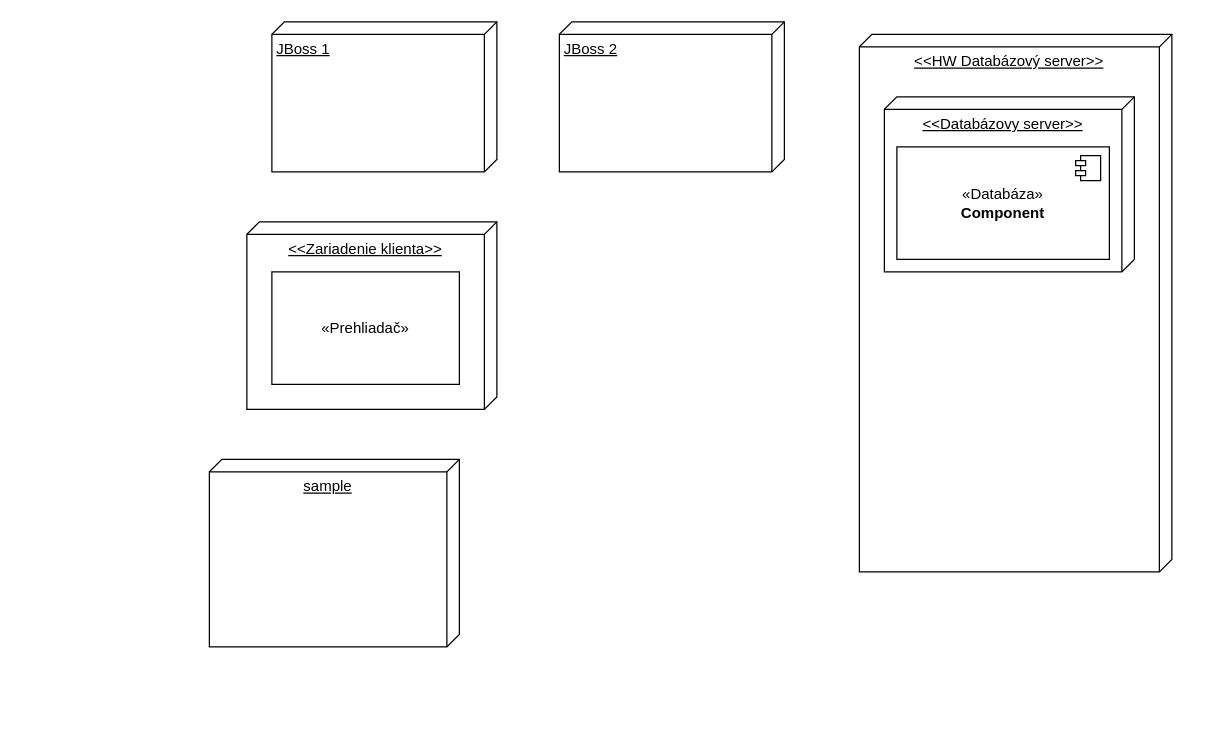
This is UML/DeploymentDiagram.drawio from KubkoFrano/VyvojVelkychAplikacii, a draw.io file, before an edit. Source tidied: cells renumbered, new cells numbered last; positions are measured from the earlier drawing's top-left corner, leaving out a move shared by most shapes. Both pictures are drawn from the tidied source at 125%, with x=0, y=0 at pixel (209, 21).
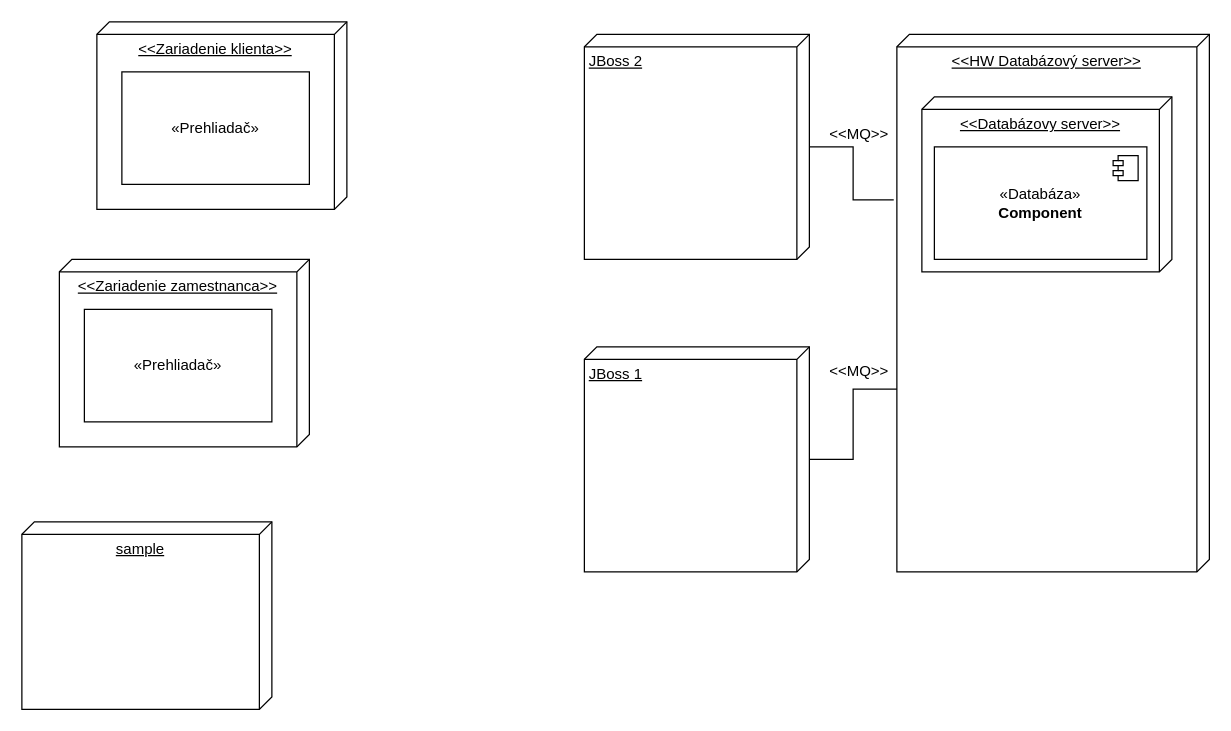
The same page after the edit.

Change to the diagram source:
```diff
@@
 <mxGraphModel>
   <root>
     <mxCell id="0" />
     <mxCell id="1" parent="0" />
+    <mxCell id="11" style="edgeStyle=orthogonalEdgeStyle;rounded=0;jettySize=auto;html=1;endArrow=none;endFill=0;entryX=0.66;entryY=0.991;entryDx=0;entryDy=0;entryPerimeter=0;" parent="1" edge="1" source="2" target="4">
+      <mxGeometry relative="1" as="geometry" />
+    </mxCell>
     <mxCell id="2" value="JBoss 1" style="verticalAlign=top;align=left;spacingTop=8;spacingLeft=2;spacingRight=12;shape=cube;size=10;direction=south;fontStyle=4;html=1;whiteSpace=wrap;" parent="1" vertex="1">
-      <mxGeometry x="50" width="180" height="120" as="geometry" />
+      <mxGeometry x="300" y="260" width="180" height="180" as="geometry" />
     </mxCell>
     <mxCell id="3" value="JBoss 2" style="verticalAlign=top;align=left;spacingTop=8;spacingLeft=2;spacingRight=12;shape=cube;size=10;direction=south;fontStyle=4;html=1;whiteSpace=wrap;" parent="1" vertex="1">
-      <mxGeometry x="280" width="180" height="120" as="geometry" />
+      <mxGeometry x="300" y="10" width="180" height="180" as="geometry" />
     </mxCell>
     <mxCell id="4" value="&amp;lt;&amp;lt;HW Databázový server&amp;gt;&amp;gt;" style="verticalAlign=top;align=center;spacingTop=8;spacingLeft=2;spacingRight=12;shape=cube;size=10;direction=south;fontStyle=4;html=1;whiteSpace=wrap;" parent="1" vertex="1">
-      <mxGeometry x="520" y="10" width="250" height="430" as="geometry" />
+      <mxGeometry x="550" y="10" width="250" height="430" as="geometry" />
     </mxCell>
     <mxCell id="5" value="sample" style="verticalAlign=top;align=center;spacingTop=8;spacingLeft=2;spacingRight=12;shape=cube;size=10;direction=south;fontStyle=4;html=1;whiteSpace=wrap;" parent="1" vertex="1">
-      <mxGeometry y="350" width="200" height="150" as="geometry" />
+      <mxGeometry x="-150" y="400" width="200" height="150" as="geometry" />
     </mxCell>
     <mxCell id="6" value="&amp;lt;&amp;lt;Databázovy server&amp;gt;&amp;gt;" style="verticalAlign=top;align=center;spacingTop=8;spacingLeft=2;spacingRight=12;shape=cube;size=10;direction=south;fontStyle=4;html=1;whiteSpace=wrap;" parent="1" vertex="1">
-      <mxGeometry x="540" y="60" width="200" height="140" as="geometry" />
+      <mxGeometry x="570" y="60" width="200" height="140" as="geometry" />
     </mxCell>
     <mxCell id="7" value="«Databáza»&lt;br&gt;&lt;b&gt;Component&lt;/b&gt;" style="html=1;whiteSpace=wrap;" parent="1" vertex="1">
-      <mxGeometry x="550" y="100" width="170" height="90" as="geometry" />
+      <mxGeometry x="580" y="100" width="170" height="90" as="geometry" />
     </mxCell>
     <mxCell id="8" style="shape=module;jettyWidth=8;jettyHeight=4;" parent="7" vertex="1">
       <mxGeometry x="1" width="20" height="20" relative="1" as="geometry">
         <mxPoint x="-27" y="7" as="offset" />
       </mxGeometry>
     </mxCell>
     <mxCell id="9" value="&amp;lt;&amp;lt;Zariadenie klienta&amp;gt;&amp;gt;" style="verticalAlign=top;align=center;spacingTop=8;spacingLeft=2;spacingRight=12;shape=cube;size=10;direction=south;fontStyle=4;html=1;whiteSpace=wrap;" parent="1" vertex="1">
-      <mxGeometry x="30" y="160" width="200" height="150" as="geometry" />
+      <mxGeometry x="-90" width="200" height="150" as="geometry" />
     </mxCell>
     <mxCell id="10" value="«Prehliadač»" style="html=1;whiteSpace=wrap;" parent="1" vertex="1">
-      <mxGeometry x="50" y="200" width="150" height="90" as="geometry" />
+      <mxGeometry x="-70" y="40" width="150" height="90" as="geometry" />
     </mxCell>
+    <mxCell id="12" value="&amp;lt;&amp;lt;Zariadenie zamestnanca&amp;gt;&amp;gt;" style="verticalAlign=top;align=center;spacingTop=8;spacingLeft=2;spacingRight=12;shape=cube;size=10;direction=south;fontStyle=4;html=1;whiteSpace=wrap;" parent="1" vertex="1">
+      <mxGeometry x="-120" y="190" width="200" height="150" as="geometry" />
+    </mxCell>
+    <mxCell id="13" value="«Prehliadač»" style="html=1;whiteSpace=wrap;" parent="1" vertex="1">
+      <mxGeometry x="-100" y="230" width="150" height="90" as="geometry" />
+    </mxCell>
+    <mxCell id="14" style="edgeStyle=orthogonalEdgeStyle;rounded=0;jettySize=auto;html=1;entryX=0.308;entryY=1.01;entryDx=0;entryDy=0;entryPerimeter=0;endArrow=none;endFill=0;" parent="1" edge="1" source="3" target="4">
+      <mxGeometry relative="1" as="geometry" />
+    </mxCell>
+    <mxCell id="15" value="&amp;lt;&amp;lt;MQ&amp;gt;&amp;gt;" style="text;html=1;strokeColor=none;fillColor=none;align=center;verticalAlign=middle;whiteSpace=wrap;overflow=hidden;" parent="1" vertex="1">
+      <mxGeometry x="480" y="80" width="80" height="20" as="geometry" />
+    </mxCell>
+    <mxCell id="16" value="&amp;lt;&amp;lt;MQ&amp;gt;&amp;gt;" style="text;html=1;strokeColor=none;fillColor=none;align=center;verticalAlign=middle;whiteSpace=wrap;overflow=hidden;" parent="1" vertex="1">
+      <mxGeometry x="480" y="270" width="80" height="20" as="geometry" />
+    </mxCell>
   </root>
 </mxGraphModel>
```
